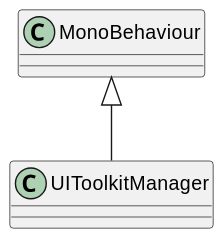
Before: UML/UIToolkit/Scripts/UIToolkitManager.svg, a diagram exported from PlantUML (mysteryfungus/DungeonGeneratorUnity). Its diagram source:
```plantuml
@startuml
class UIToolkitManager {
}
MonoBehaviour <|-- UIToolkitManager
@enduml
```
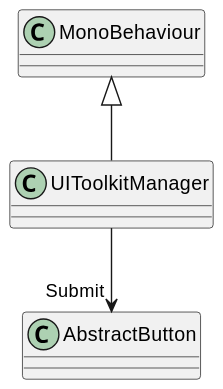
After the change.

The edit, as a diff of the source:
```diff
@@ -2,4 +2,5 @@
 class UIToolkitManager {
 }
 MonoBehaviour <|-- UIToolkitManager
+UIToolkitManager --> "Submit" AbstractButton
 @enduml
```
